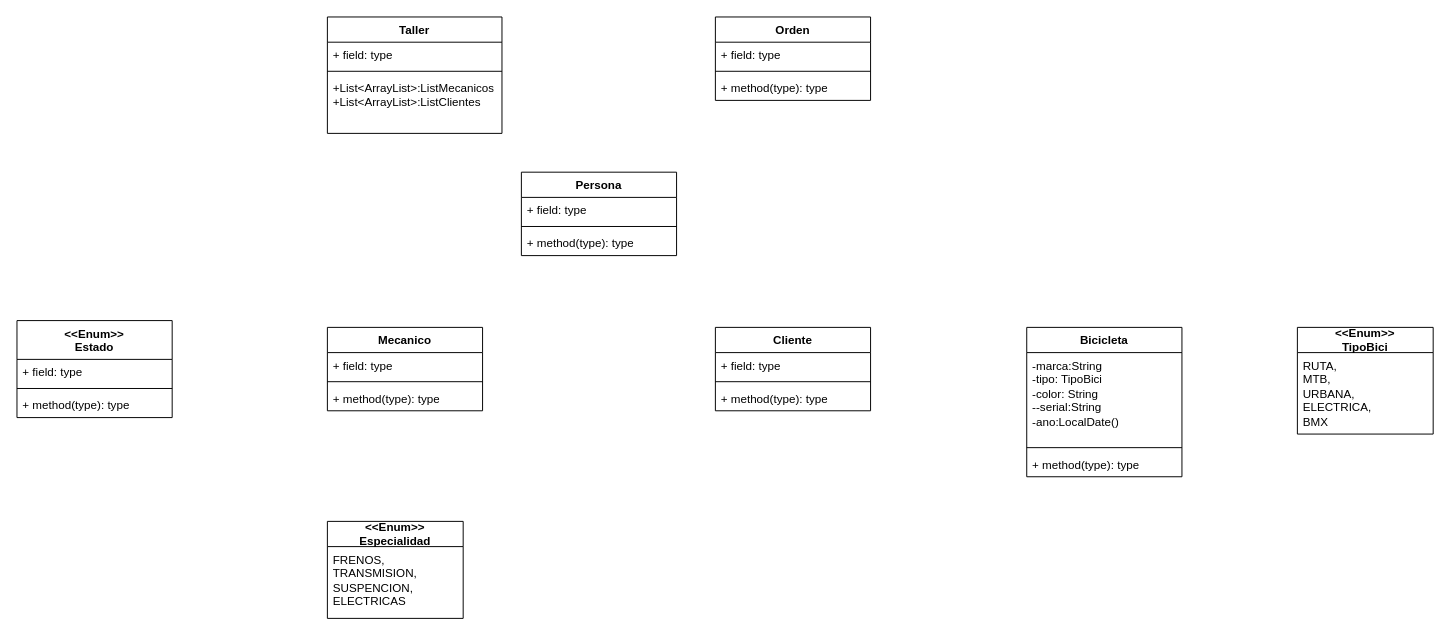
This is DiagramaTallerBicicleta.drawio from NICO-O2/TallerBicicleta, a draw.io file, before an edit. Source tidied: cells renumbered, new cells numbered last; positions are measured from the earlier drawing's top-left corner, leaving out a move shared by most shapes. Both pictures are drawn from the tidied source at 97%, with x=0, y=0 at pixel (16, 16).
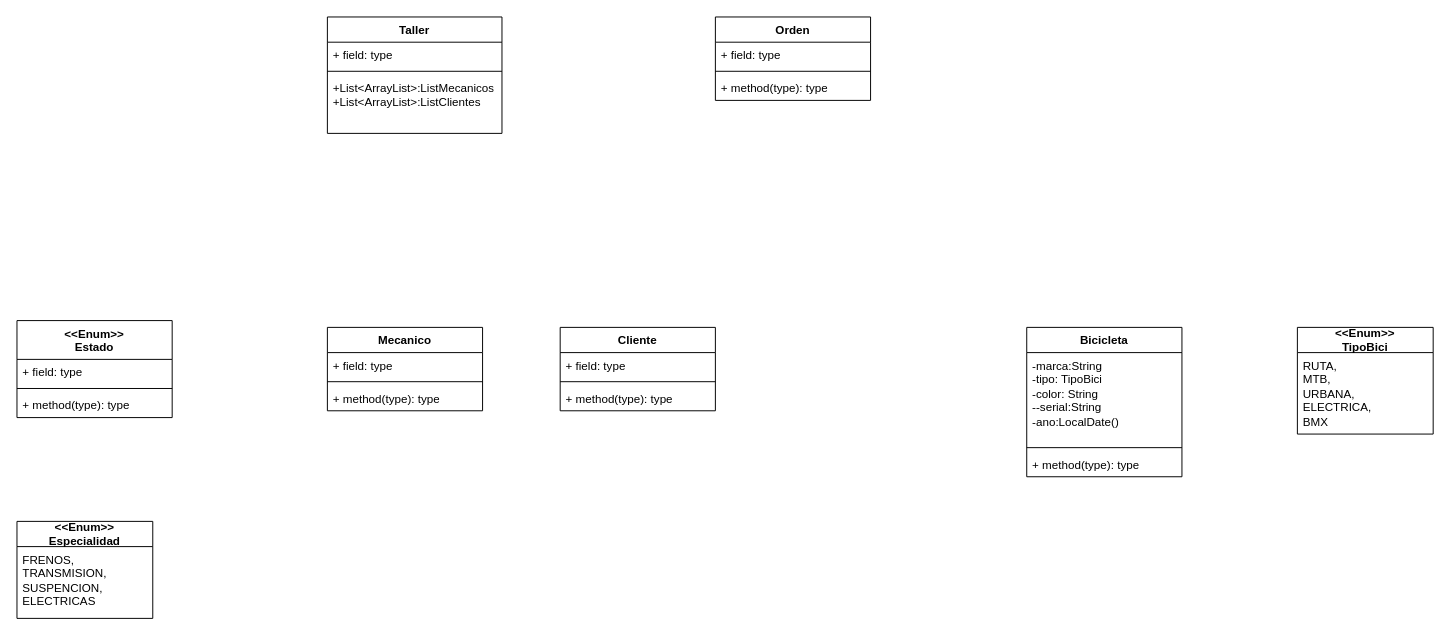
Above is the later version.

The edit, as a diff of the source:
```diff
@@
-    <mxCell id="6" value="Persona" style="swimlane;fontStyle=1;align=center;verticalAlign=top;horizontal=1;startSize=26;whiteSpace=wrap;html=1;" parent="1" vertex="1">
-      <mxGeometry x="520" y="160" width="160" height="86" as="geometry" />
-    </mxCell>
-    <mxCell id="7" value="+ field: type" style="text;strokeColor=none;fillColor=none;align=left;verticalAlign=top;spacingLeft=4;spacingRight=4;overflow=hidden;whiteSpace=wrap;html=1;" parent="6" vertex="1">
-      <mxGeometry y="26" width="160" height="26" as="geometry" />
-    </mxCell>
-    <mxCell id="8" style="line;strokeWidth=1;fillColor=none;align=left;verticalAlign=middle;spacingTop=-1;spacingLeft=3;spacingRight=3;labelPosition=right;strokeColor=inherit;" parent="6" vertex="1">
-      <mxGeometry y="52" width="160" height="8" as="geometry" />
-    </mxCell>
-    <mxCell id="9" value="+ method(type): type" style="text;strokeColor=none;fillColor=none;align=left;verticalAlign=top;spacingLeft=4;spacingRight=4;overflow=hidden;whiteSpace=wrap;html=1;" parent="6" vertex="1">
-      <mxGeometry y="60" width="160" height="26" as="geometry" />
-    </mxCell>
@@
     <mxCell id="14" value="Cliente" style="swimlane;fontStyle=1;align=center;verticalAlign=top;horizontal=1;startSize=26;whiteSpace=wrap;html=1;" parent="1" vertex="1">
-      <mxGeometry x="720" y="320" width="160" height="86" as="geometry" />
+      <mxGeometry x="560" y="320" width="160" height="86" as="geometry" />
     </mxCell>
@@
     <mxCell id="32" value="&lt;span style=&quot;font-weight: 700;&quot;&gt;&amp;lt;&amp;lt;Enum&amp;gt;&amp;gt;&lt;/span&gt;&lt;div style=&quot;font-weight: 700;&quot;&gt;Especialidad&lt;/div&gt;" style="swimlane;fontStyle=0;horizontal=1;startSize=26;fillColor=none;whiteSpace=wrap;html=1;" parent="1" vertex="1">
-      <mxGeometry x="320" y="520" width="140" height="100" as="geometry" />
+      <mxGeometry y="520" width="140" height="100" as="geometry" />
     </mxCell>
```
